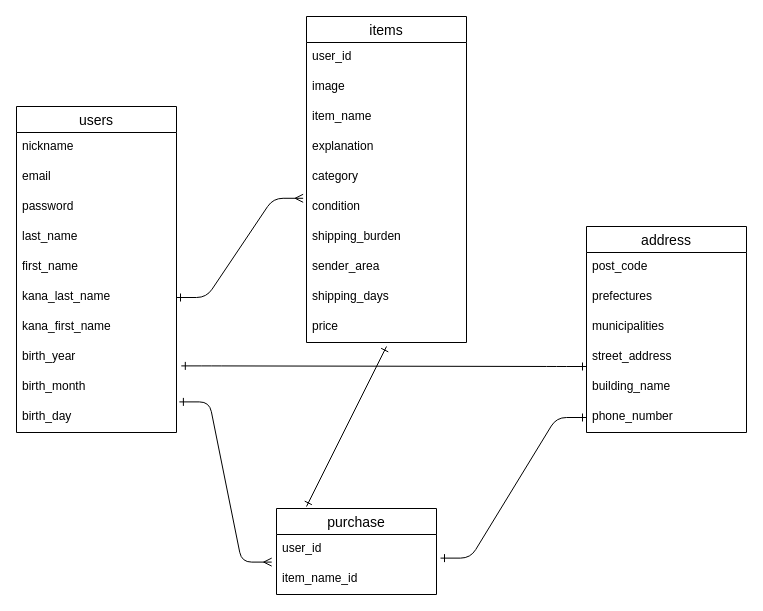
moonyu37/furima-38802 keeps this draw.io diagram as furima.dio. Above is the earlier version. Source tidied: cells renumbered, new cells numbered last; positions are measured from the earlier drawing's top-left corner, leaving out a move shared by most shapes. Both pictures are drawn from the tidied source at 100%, with x=0, y=0 at pixel (16, 16).
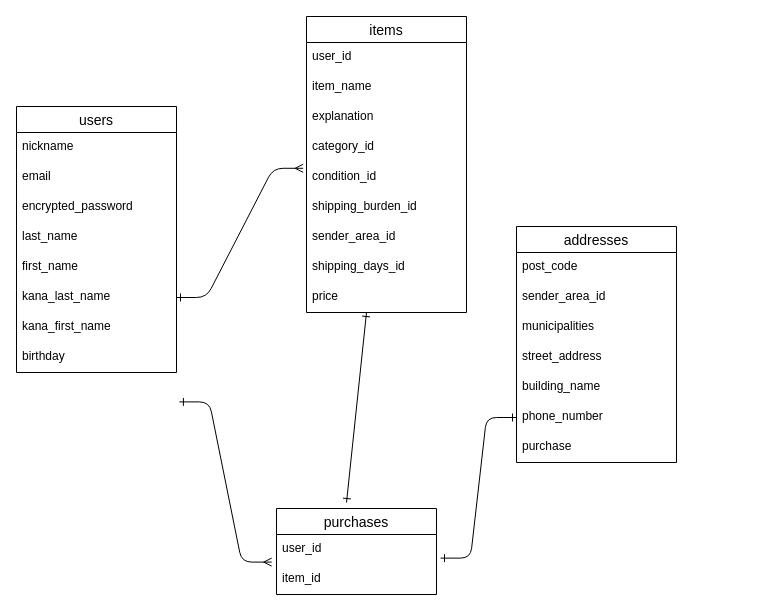
The same page after the edit.

Commit message (it also covers changes not shown here):
テーブル設計_修正01

Unchanged cells that the change refers to:
```xml
<mxCell id="32" value="user_id" style="text;strokeColor=none;fillColor=none;spacingLeft=4;spacingRight=4;overflow=hidden;points=[[0,0.5],[1,0.5]];portConstraint=eastwest;fontSize=12;" parent="31" vertex="1">
  <mxGeometry y="26" width="160" height="30" as="geometry" />
</mxCell>
```

Diff of the diagram source:
```diff
@@
     <mxCell id="2" value="users" style="swimlane;fontStyle=0;horizontal=1;startSize=26;align=center;fontSize=14;" parent="1" vertex="1">
-      <mxGeometry y="90" width="160" height="326" as="geometry" />
+      <mxGeometry y="90" width="160" height="266" as="geometry" />
     </mxCell>
@@
-    <mxCell id="5" value="password" style="text;strokeColor=none;fillColor=none;spacingLeft=4;spacingRight=4;overflow=hidden;fontSize=12;" parent="2" vertex="1">
+    <mxCell id="5" value="encrypted_password" style="text;strokeColor=none;fillColor=none;spacingLeft=4;spacingRight=4;overflow=hidden;fontSize=12;" parent="2" vertex="1">
       <mxGeometry y="86" width="160" height="30" as="geometry" />
     </mxCell>
@@
-    <mxCell id="10" value="birth_year" style="text;strokeColor=none;fillColor=none;spacingLeft=4;spacingRight=4;overflow=hidden;points=[[0,0.5],[1,0.5]];portConstraint=eastwest;fontSize=12;" parent="2" vertex="1">
+    <mxCell id="10" value="birthday" style="text;strokeColor=none;fillColor=none;spacingLeft=4;spacingRight=4;overflow=hidden;points=[[0,0.5],[1,0.5]];portConstraint=eastwest;fontSize=12;" parent="2" vertex="1">
       <mxGeometry y="236" width="160" height="30" as="geometry" />
     </mxCell>
-    <mxCell id="11" value="birth_month" style="text;strokeColor=none;fillColor=none;spacingLeft=4;spacingRight=4;overflow=hidden;points=[[0,0.5],[1,0.5]];portConstraint=eastwest;fontSize=12;" parent="2" vertex="1">
-      <mxGeometry y="266" width="160" height="30" as="geometry" />
-    </mxCell>
-    <mxCell id="12" value="birth_day" style="text;strokeColor=none;fillColor=none;spacingLeft=4;spacingRight=4;overflow=hidden;fontSize=12;" parent="2" vertex="1">
-      <mxGeometry y="296" width="160" height="30" as="geometry" />
-    </mxCell>
     <mxCell id="13" value="items" style="swimlane;fontStyle=0;horizontal=1;startSize=26;align=center;fontSize=14;" parent="1" vertex="1">
-      <mxGeometry x="290" width="160" height="326" as="geometry" />
+      <mxGeometry x="290" width="160" height="296" as="geometry" />
     </mxCell>
@@
-    <mxCell id="15" value="image" style="text;strokeColor=none;fillColor=none;spacingLeft=4;spacingRight=4;overflow=hidden;fontSize=12;" parent="13" vertex="1">
-      <mxGeometry y="56" width="160" height="30" as="geometry" />
-    </mxCell>
     <mxCell id="16" value="item_name" style="text;strokeColor=none;fillColor=none;spacingLeft=4;spacingRight=4;overflow=hidden;fontSize=12;" parent="13" vertex="1">
-      <mxGeometry y="86" width="160" height="30" as="geometry" />
+      <mxGeometry y="56" width="160" height="30" as="geometry" />
     </mxCell>
     <mxCell id="17" value="explanation" style="text;strokeColor=none;fillColor=none;spacingLeft=4;spacingRight=4;overflow=hidden;fontSize=12;" parent="13" vertex="1">
-      <mxGeometry y="116" width="160" height="30" as="geometry" />
+      <mxGeometry y="86" width="160" height="30" as="geometry" />
     </mxCell>
-    <mxCell id="18" value="category" style="text;strokeColor=none;fillColor=none;spacingLeft=4;spacingRight=4;overflow=hidden;fontSize=12;" parent="13" vertex="1">
-      <mxGeometry y="146" width="160" height="30" as="geometry" />
+    <mxCell id="18" value="category_id" style="text;strokeColor=none;fillColor=none;spacingLeft=4;spacingRight=4;overflow=hidden;fontSize=12;" parent="13" vertex="1">
+      <mxGeometry y="116" width="160" height="30" as="geometry" />
     </mxCell>
-    <mxCell id="19" value="condition" style="text;strokeColor=none;fillColor=none;spacingLeft=4;spacingRight=4;overflow=hidden;points=[[0,0.5],[1,0.5]];portConstraint=eastwest;fontSize=12;" parent="13" vertex="1">
-      <mxGeometry y="176" width="160" height="30" as="geometry" />
+    <mxCell id="19" value="condition_id" style="text;strokeColor=none;fillColor=none;spacingLeft=4;spacingRight=4;overflow=hidden;points=[[0,0.5],[1,0.5]];portConstraint=eastwest;fontSize=12;" parent="13" vertex="1">
+      <mxGeometry y="146" width="160" height="30" as="geometry" />
     </mxCell>
-    <mxCell id="20" value="shipping_burden" style="text;strokeColor=none;fillColor=none;spacingLeft=4;spacingRight=4;overflow=hidden;fontSize=12;" parent="13" vertex="1">
-      <mxGeometry y="206" width="160" height="30" as="geometry" />
+    <mxCell id="20" value="shipping_burden_id" style="text;strokeColor=none;fillColor=none;spacingLeft=4;spacingRight=4;overflow=hidden;fontSize=12;" parent="13" vertex="1">
+      <mxGeometry y="176" width="160" height="30" as="geometry" />
     </mxCell>
-    <mxCell id="21" value="sender_area" style="text;strokeColor=none;fillColor=none;spacingLeft=4;spacingRight=4;overflow=hidden;fontSize=12;" parent="13" vertex="1">
-      <mxGeometry y="236" width="160" height="30" as="geometry" />
+    <mxCell id="21" value="sender_area_id" style="text;strokeColor=none;fillColor=none;spacingLeft=4;spacingRight=4;overflow=hidden;fontSize=12;" parent="13" vertex="1">
+      <mxGeometry y="206" width="160" height="30" as="geometry" />
     </mxCell>
-    <mxCell id="22" value="shipping_days" style="text;strokeColor=none;fillColor=none;spacingLeft=4;spacingRight=4;overflow=hidden;fontSize=12;" parent="13" vertex="1">
-      <mxGeometry y="266" width="160" height="30" as="geometry" />
+    <mxCell id="22" value="shipping_days_id" style="text;strokeColor=none;fillColor=none;spacingLeft=4;spacingRight=4;overflow=hidden;fontSize=12;" parent="13" vertex="1">
+      <mxGeometry y="236" width="160" height="30" as="geometry" />
     </mxCell>
     <mxCell id="23" value="price" style="text;strokeColor=none;fillColor=none;spacingLeft=4;spacingRight=4;overflow=hidden;fontSize=12;" parent="13" vertex="1">
-      <mxGeometry y="296" width="160" height="30" as="geometry" />
+      <mxGeometry y="266" width="160" height="30" as="geometry" />
     </mxCell>
-    <mxCell id="24" value="address" style="swimlane;fontStyle=0;horizontal=1;startSize=26;align=center;fontSize=14;" parent="1" vertex="1">
-      <mxGeometry x="570" y="210" width="160" height="206" as="geometry" />
+    <mxCell id="24" value="addresses" style="swimlane;fontStyle=0;horizontal=1;startSize=26;align=center;fontSize=14;" parent="1" vertex="1">
+      <mxGeometry x="500" y="210" width="160" height="236" as="geometry" />
     </mxCell>
@@
-    <mxCell id="26" value="prefectures" style="text;strokeColor=none;fillColor=none;spacingLeft=4;spacingRight=4;overflow=hidden;fontSize=12;" parent="24" vertex="1">
+    <mxCell id="26" value="sender_area_id" style="text;strokeColor=none;fillColor=none;spacingLeft=4;spacingRight=4;overflow=hidden;fontSize=12;" parent="24" vertex="1">
       <mxGeometry y="56" width="160" height="30" as="geometry" />
     </mxCell>
@@
+    <mxCell id="39" value="purchase" style="text;strokeColor=none;fillColor=none;spacingLeft=4;spacingRight=4;overflow=hidden;fontSize=12;" parent="24" vertex="1">
+      <mxGeometry y="206" width="160" height="30" as="geometry" />
+    </mxCell>
-    <mxCell id="31" value="purchase" style="swimlane;fontStyle=0;horizontal=1;startSize=26;align=center;fontSize=14;" parent="1" vertex="1">
+    <mxCell id="31" value="purchases" style="swimlane;fontStyle=0;horizontal=1;startSize=26;align=center;fontSize=14;" parent="1" vertex="1">
       <mxGeometry x="260" y="492" width="160" height="86" as="geometry" />
     </mxCell>
@@
-    <mxCell id="33" value="item_name_id" style="text;strokeColor=none;fillColor=none;spacingLeft=4;spacingRight=4;overflow=hidden;fontSize=12;" parent="31" vertex="1">
+    <mxCell id="33" value="item_id" style="text;strokeColor=none;fillColor=none;spacingLeft=4;spacingRight=4;overflow=hidden;fontSize=12;" parent="31" vertex="1">
       <mxGeometry y="56" width="160" height="30" as="geometry" />
     </mxCell>
@@
-    <mxCell id="36" style="edgeStyle=entityRelationEdgeStyle;fontSize=12;html=1;endArrow=ERmany;startArrow=ERone;entryX=-0.03;entryY=0.92;entryDx=0;entryDy=0;entryPerimeter=0;exitX=1.018;exitY=0.98;exitDx=0;exitDy=0;startFill=0;endFill=0;exitPerimeter=0;" parent="1" edge="1" source="11" target="32">
-      <mxGeometry relative="1" as="geometry" />
+    <mxCell id="36" style="edgeStyle=entityRelationEdgeStyle;fontSize=12;html=1;endArrow=ERmany;startArrow=ERone;entryX=-0.03;entryY=0.92;entryDx=0;entryDy=0;entryPerimeter=0;exitX=1.018;exitY=0.98;exitDx=0;exitDy=0;startFill=0;endFill=0;exitPerimeter=0;" parent="1" edge="1" target="32">
+      <mxGeometry relative="1" as="geometry">
+        <mxPoint x="162.9" y="385.4" as="sourcePoint" />
+      </mxGeometry>
     </mxCell>
-    <mxCell id="37" style="edgeStyle=entityRelationEdgeStyle;fontSize=12;html=1;endArrow=ERone;endFill=1;startArrow=ERone;startFill=0;exitX=1.03;exitY=0.78;exitDx=0;exitDy=0;exitPerimeter=0;" parent="1" edge="1" source="10">
-      <mxGeometry relative="1" as="geometry">
-        <mxPoint x="570" y="350" as="targetPoint" />
-      </mxGeometry>
-    </mxCell>
     <mxCell id="38" style="edgeStyle=none;html=1;startArrow=ERone;startFill=0;endArrow=ERone;endFill=0;" parent="1" edge="1">
       <mxGeometry relative="1" as="geometry">
-        <mxPoint x="370" y="330" as="sourcePoint" />
-        <mxPoint x="290" y="490" as="targetPoint" />
+        <mxPoint x="350" y="296" as="sourcePoint" />
+        <mxPoint x="330" y="486" as="targetPoint" />
       </mxGeometry>
     </mxCell>
```
